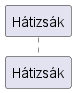
Earlier version of the PlantUML export out/diagramms/src/gased_rucksack/Rucksack asks.png (kipolaris/skyrimscriptsuttogok).
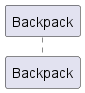
After the change.

Change to the diagram source:
```diff
@@ -1,29 +1,31 @@
 @startuml Rucksack asks
-participant Hátizsák as hát
+
+participant Backpack as hát
 
 !startsub GAS_RUCKSACK
 !procedure $gasRuck($owner, $obj)
 participant $obj
 alt #LightSeaGreen gased = true
-        sz->$owner ++: protection(bool)
-        $owner->hát ++: askIfProtection
+        sz->$owner : protection(bool)
+        $owner->hát : askIfGasProtection
         loop for each tárgy in hátizsák
-            hát->$obj ++: areYouDefensive(bool)
+            hát->$obj ++: areYouAntiGas(bool)
             return bool
         end
-        alt van védelme
-            hát->>hát : seeHiearchy
+        alt van gázvédelme
 
-            alt védelemnek van cooldownja
-                hát->>$obj : decreaseCooldown
+            alt védelemnek van durabilitije
+                hát->>$obj : decreaseDurability
                 alt cooldown == 0
                     hát->>$obj !!: delete
                 end
             end
 
-            hát-->$owner --: return true
-            $owner-->sz --: return true
+            hát-->$owner : return true
+            $owner-->sz : return true
         else
+            hát-->$owner : return false
+            $owner-->sz : return false
             sz->>$owner : paralyze
         end
 end
```
